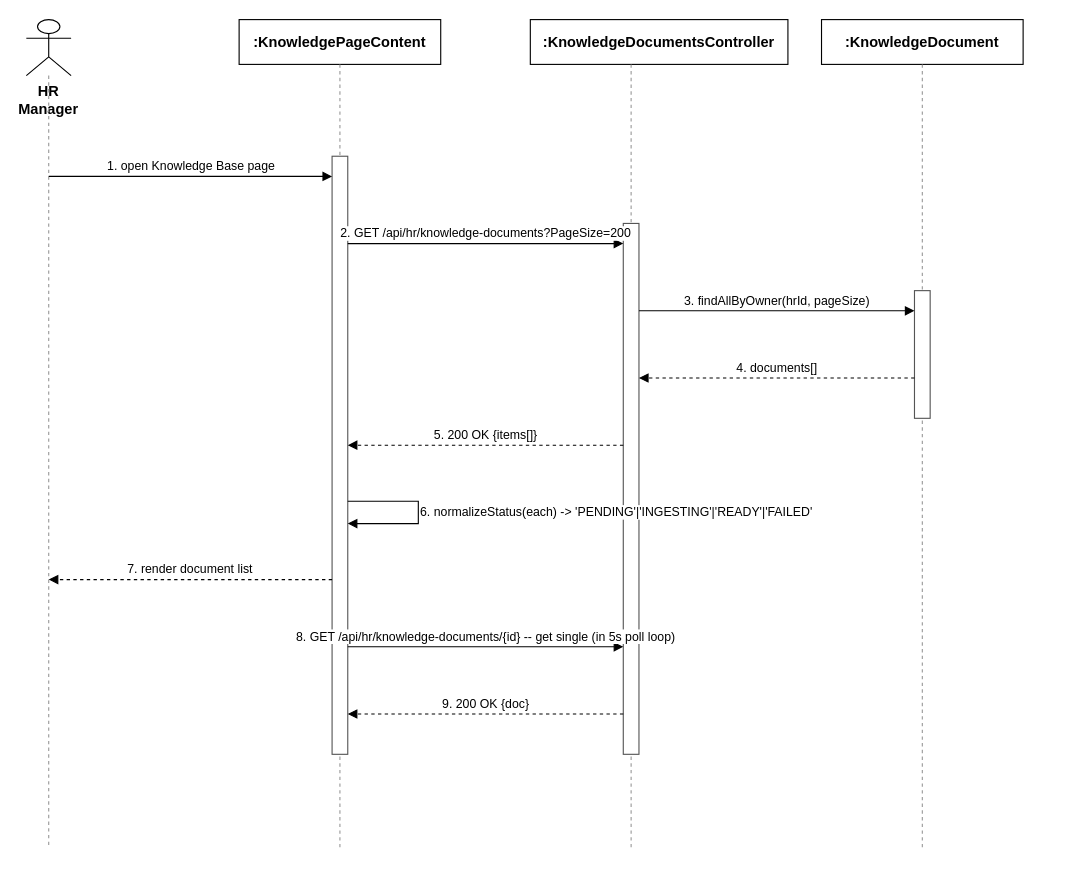
Above: docs/qa/SequenceDiagram/09_KnowledgeBaseManagement_ListGetDocument.drawio in tulklk/AI_Interview_Question_Generation_RAG_LLM_FE (draw.io), before the change. Source tidied: cells renumbered, new cells numbered last; positions are measured from the earlier drawing's top-left corner, leaving out a move shared by most shapes. Both pictures are drawn from the tidied source at 112%, with x=0, y=0 at pixel (26, 19).
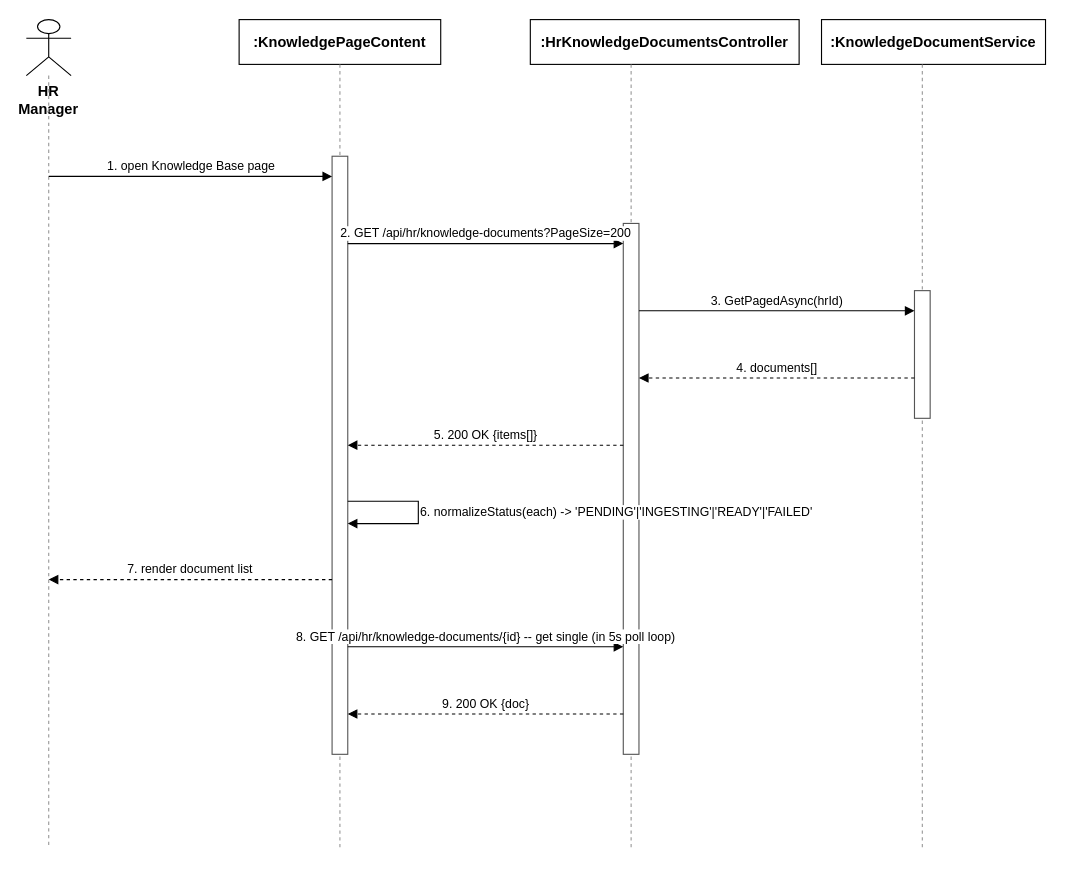
After the change.

Commit message (it also covers changes not shown here):
docs(qa): correct JD Management and Knowledge Base diagrams against real BE service classes

The edit, as a diff of the source:
```diff
@@
-    <mxCell id="6" value=":KnowledgeDocumentsController" style="rounded=0;whiteSpace=wrap;html=1;fontSize=13;fillColor=#ffffff;strokeColor=#000000;fontStyle=1;" parent="1" vertex="1">
-      <mxGeometry x="450" width="230" height="40" as="geometry" />
+    <mxCell id="6" value=":HrKnowledgeDocumentsController" style="rounded=0;whiteSpace=wrap;html=1;fontSize=13;fillColor=#ffffff;strokeColor=#000000;fontStyle=1;" parent="1" vertex="1">
+      <mxGeometry x="450" width="240" height="40" as="geometry" />
     </mxCell>
@@
-    <mxCell id="8" value=":KnowledgeDocument" style="rounded=0;whiteSpace=wrap;html=1;fontSize=13;fillColor=#ffffff;strokeColor=#000000;fontStyle=1;" parent="1" vertex="1">
-      <mxGeometry x="710" width="180" height="40" as="geometry" />
+    <mxCell id="8" value=":KnowledgeDocumentService" style="rounded=0;whiteSpace=wrap;html=1;fontSize=13;fillColor=#ffffff;strokeColor=#000000;fontStyle=1;" parent="1" vertex="1">
+      <mxGeometry x="710" width="200" height="40" as="geometry" />
     </mxCell>
@@
-    <mxCell id="15" value="3. findAllByOwner(hrId, pageSize)" style="endArrow=block;endFill=1;html=1;fontSize=11;align=center;verticalAlign=bottom;labelBackgroundColor=#ffffff;strokeColor=#000000;" parent="1" edge="1">
+    <mxCell id="15" value="3. GetPagedAsync(hrId)" style="endArrow=block;endFill=1;html=1;fontSize=11;align=center;verticalAlign=bottom;labelBackgroundColor=#ffffff;strokeColor=#000000;" parent="1" edge="1">
       <mxGeometry relative="1" as="geometry">
         <mxPoint x="547" y="260" as="sourcePoint" />
         <mxPoint x="793" y="260" as="targetPoint" />
       </mxGeometry>
     </mxCell>
```
